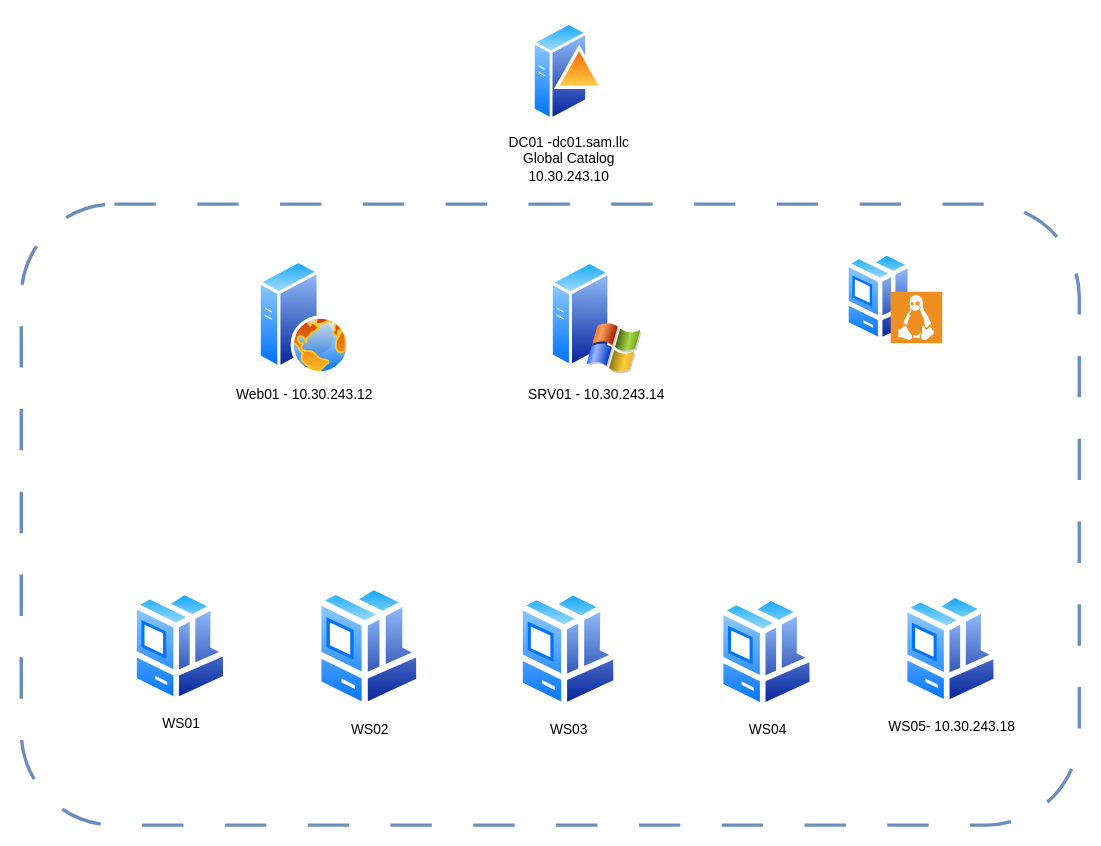
Before: Untitled Diagram.drawio in hgh7527/Network-Discovery-and-Topology-Mapping, a draw.io diagram. Source tidied: cells renumbered, new cells numbered last; positions are measured from the earlier drawing's top-left corner, leaving out a move shared by most shapes. Both pictures are drawn from the tidied source at 115%, with x=0, y=0 at pixel (21, 20).
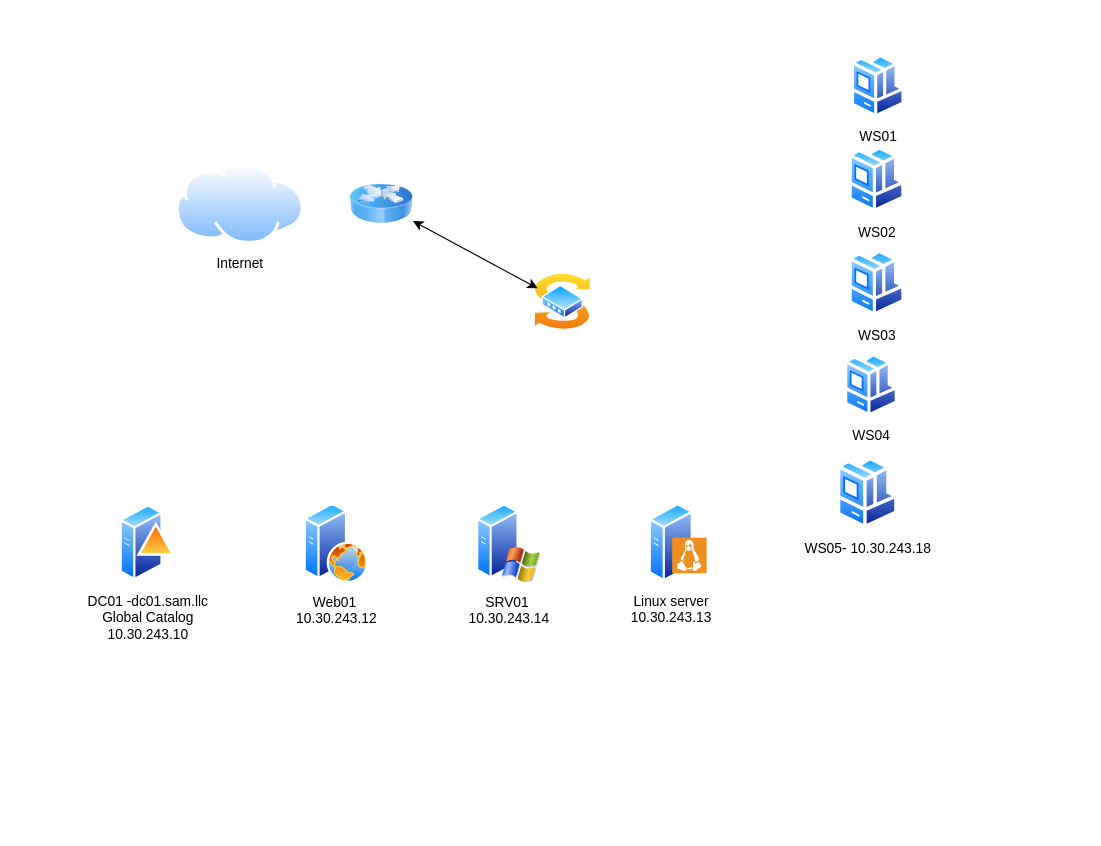
The same page after the edit.

Diff of the diagram source:
```diff
@@
 <mxGraphModel>
   <root>
     <mxCell id="0" />
     <mxCell id="1" parent="0" />
     <mxCell id="2" value="DC01 -dc01.sam.llc&lt;div&gt;Global Catalog&lt;/div&gt;&lt;div&gt;10.30.243.10&lt;/div&gt;" style="image;perimeter=ellipsePerimeter;html=1;align=center;shadow=0;dashed=0;spacingTop=3;image=img/lib/active_directory/domain_controller.svg;" parent="1" vertex="1">
-      <mxGeometry x="444.5" width="63" height="90" as="geometry" />
+      <mxGeometry x="86" y="420" width="48.3" height="69" as="geometry" />
     </mxCell>
-    <mxCell id="3" style="rounded=1;whiteSpace=wrap;html=1;fillColor=none;strokeColor=#6c8ebf;dashed=1;dashPattern=12 12;strokeWidth=3;" parent="1" vertex="1">
-      <mxGeometry y="160" width="920" height="540" as="geometry" />
-    </mxCell>
     <mxCell id="4" value="&lt;div&gt;WS01&lt;/div&gt;&lt;div&gt;&lt;br&gt;&lt;/div&gt;" style="image;perimeter=ellipsePerimeter;html=1;align=center;shadow=0;dashed=0;spacingTop=3;image=img/lib/active_directory/workstation_client.svg;" parent="1" vertex="1">
-      <mxGeometry x="96" y="495" width="85" height="100" as="geometry" />
+      <mxGeometry x="721.9" y="30" width="46.8" height="55" as="geometry" />
     </mxCell>
     <mxCell id="5" value="WS04" style="image;perimeter=ellipsePerimeter;html=1;align=center;shadow=0;dashed=0;spacingTop=3;image=img/lib/active_directory/workstation_client.svg;" parent="1" vertex="1">
-      <mxGeometry x="606" y="500" width="85" height="100" as="geometry" />
+      <mxGeometry x="716" y="290" width="46.8" height="55" as="geometry" />
     </mxCell>
     <mxCell id="6" value="WS03" style="image;perimeter=ellipsePerimeter;html=1;align=center;shadow=0;dashed=0;spacingTop=3;image=img/lib/active_directory/workstation_client.svg;" parent="1" vertex="1">
-      <mxGeometry x="431.4" y="495" width="89.2" height="105" as="geometry" />
+      <mxGeometry x="719.8" y="200" width="48.9" height="57.5" as="geometry" />
     </mxCell>
     <mxCell id="7" value="WS02" style="image;perimeter=ellipsePerimeter;html=1;align=center;shadow=0;dashed=0;spacingTop=3;image=img/lib/active_directory/workstation_client.svg;" parent="1" vertex="1">
-      <mxGeometry x="256" y="490" width="93.5" height="110" as="geometry" />
+      <mxGeometry x="719.8" y="110" width="48.9" height="57.5" as="geometry" />
     </mxCell>
     <mxCell id="8" value="WS05- 10.30.243.18&lt;div&gt;&lt;br&gt;&lt;/div&gt;" style="image;perimeter=ellipsePerimeter;html=1;align=center;shadow=0;dashed=0;spacingTop=3;image=img/lib/active_directory/workstation_client.svg;" parent="1" vertex="1">
-      <mxGeometry x="766" y="497.5" width="85" height="100" as="geometry" />
+      <mxGeometry x="709.6" y="380" width="53.1" height="62.5" as="geometry" />
     </mxCell>
-    <mxCell id="9" value="Web01 - 10.30.243.12&lt;div&gt;&lt;br&gt;&lt;/div&gt;" style="image;perimeter=ellipsePerimeter;html=1;align=center;shadow=0;dashed=0;spacingTop=3;image=img/lib/active_directory/web_server.svg;" parent="1" vertex="1">
-      <mxGeometry x="206" y="208.6" width="80" height="100" as="geometry" />
+    <mxCell id="9" value="Web01&amp;nbsp;&lt;div&gt;10.30.243.12&lt;div&gt;&lt;br&gt;&lt;/div&gt;&lt;/div&gt;" style="image;perimeter=ellipsePerimeter;html=1;align=center;shadow=0;dashed=0;spacingTop=3;image=img/lib/active_directory/web_server.svg;" parent="1" vertex="1">
+      <mxGeometry x="246" y="420" width="56" height="70" as="geometry" />
     </mxCell>
-    <mxCell id="10" style="image;perimeter=ellipsePerimeter;html=1;align=center;shadow=0;dashed=0;spacingTop=3;image=img/lib/active_directory/workstation_client.svg;" parent="1" vertex="1">
-      <mxGeometry x="716" y="201" width="68" height="80" as="geometry" />
-    </mxCell>
+    <mxCell id="12" value="&lt;div&gt;SRV01&amp;nbsp;&lt;/div&gt;&lt;div&gt;10.30.243.14&lt;/div&gt;&lt;div&gt;&lt;br&gt;&lt;/div&gt;" style="image;perimeter=ellipsePerimeter;html=1;align=center;shadow=0;dashed=0;spacingTop=3;image=img/lib/active_directory/windows_server_2.svg;" parent="1" vertex="1">
+      <mxGeometry x="396" y="420" width="56" height="70" as="geometry" />
+    </mxCell>
+    <mxCell id="13" style="image;html=1;image=img/lib/clip_art/networking/Router_Icon_128x128.png;" parent="1" vertex="1">
+      <mxGeometry x="286" y="130" width="54.6" height="60" as="geometry" />
+    </mxCell>
+    <mxCell id="14" style="image;perimeter=ellipsePerimeter;html=1;align=center;shadow=0;dashed=0;spacingTop=3;image=img/lib/active_directory/switch.svg;" parent="1" vertex="1">
+      <mxGeometry x="446" y="220" width="50" height="50" as="geometry" />
+    </mxCell>
+    <mxCell id="15" style="endArrow=classic;startArrow=classic;html=1;rounded=0;" parent="1" edge="1" source="14" target="13">
+      <mxGeometry relative="1" as="geometry" />
+    </mxCell>
+    <mxCell id="16" value="Linux server&lt;div&gt;10.30.243.13&lt;/div&gt;" style="image;perimeter=ellipsePerimeter;html=1;align=center;shadow=0;dashed=0;spacingTop=3;image=img/lib/active_directory/generic_server.svg;" parent="1" vertex="1">
+      <mxGeometry x="546" y="420" width="38.6" height="69" as="geometry" />
+    </mxCell>
     <mxCell id="11" style="shadow=0;dashed=0;html=1;strokeColor=none;fillColor=#EF8F21;labelPosition=center;verticalLabelPosition=bottom;verticalAlign=top;align=center;shape=mxgraph.veeam.linux;" parent="1" vertex="1">
-      <mxGeometry x="756" y="236.2" width="44.8" height="44.8" as="geometry" />
+      <mxGeometry x="566" y="450" width="30" height="31" as="geometry" />
     </mxCell>
-    <mxCell id="12" value="&lt;div&gt;SRV01 - 10.30.243.14&lt;/div&gt;&lt;div&gt;&lt;br&gt;&lt;/div&gt;" style="image;perimeter=ellipsePerimeter;html=1;align=center;shadow=0;dashed=0;spacingTop=3;image=img/lib/active_directory/windows_server_2.svg;" parent="1" vertex="1">
-      <mxGeometry x="460" y="208.6" width="80" height="100" as="geometry" />
-    </mxCell>
+    <mxCell id="17" value="Internet" style="image;perimeter=ellipsePerimeter;html=1;align=center;shadow=0;dashed=0;spacingTop=3;image=img/lib/active_directory/internet_cloud.svg;" parent="1" vertex="1">
+      <mxGeometry x="134.9" y="125" width="111.1" height="70" as="geometry" />
+    </mxCell>
   </root>
 </mxGraphModel>
```
